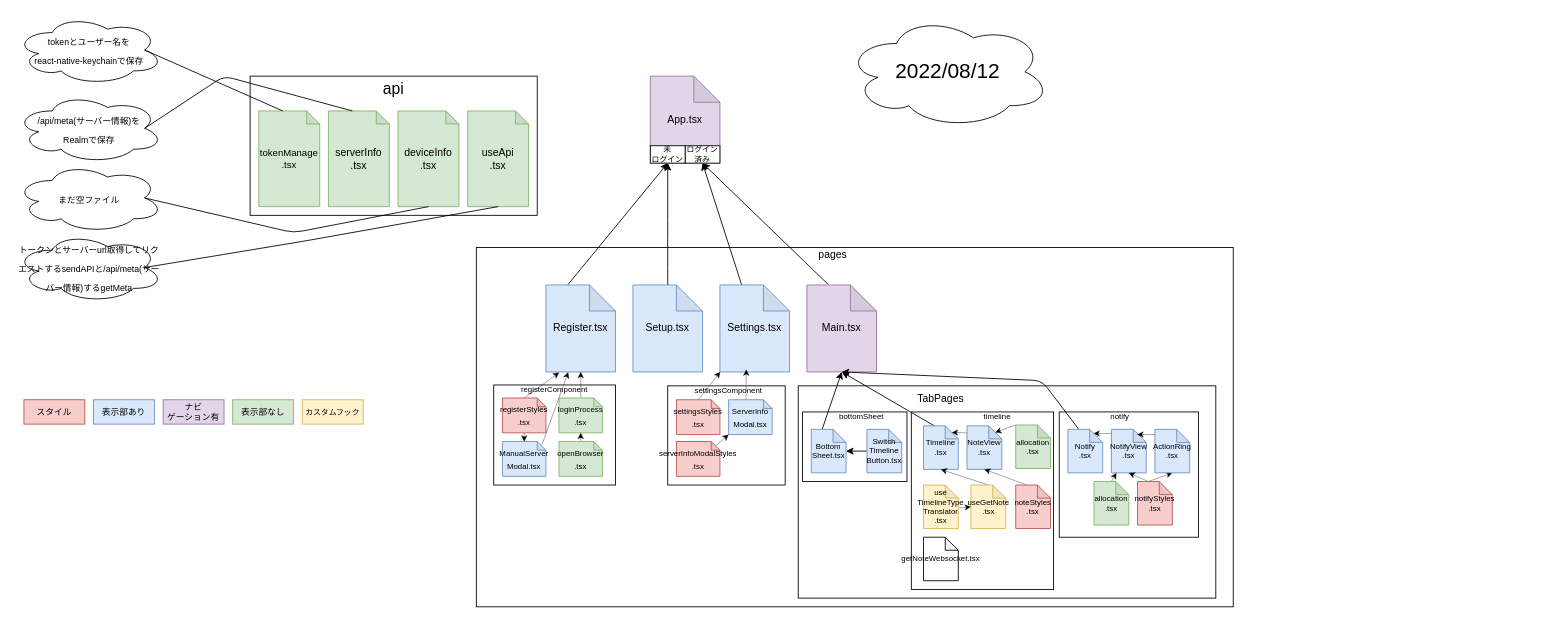
0-a-e/Pingheng keeps this draw.io diagram as structure.drawio. Above is the earlier version. Source tidied: cells renumbered, new cells numbered last; positions are measured from the earlier drawing's top-left corner, leaving out a move shared by most shapes. Both pictures are drawn from the tidied source at 87%, with x=0, y=0 at pixel (15, 15).
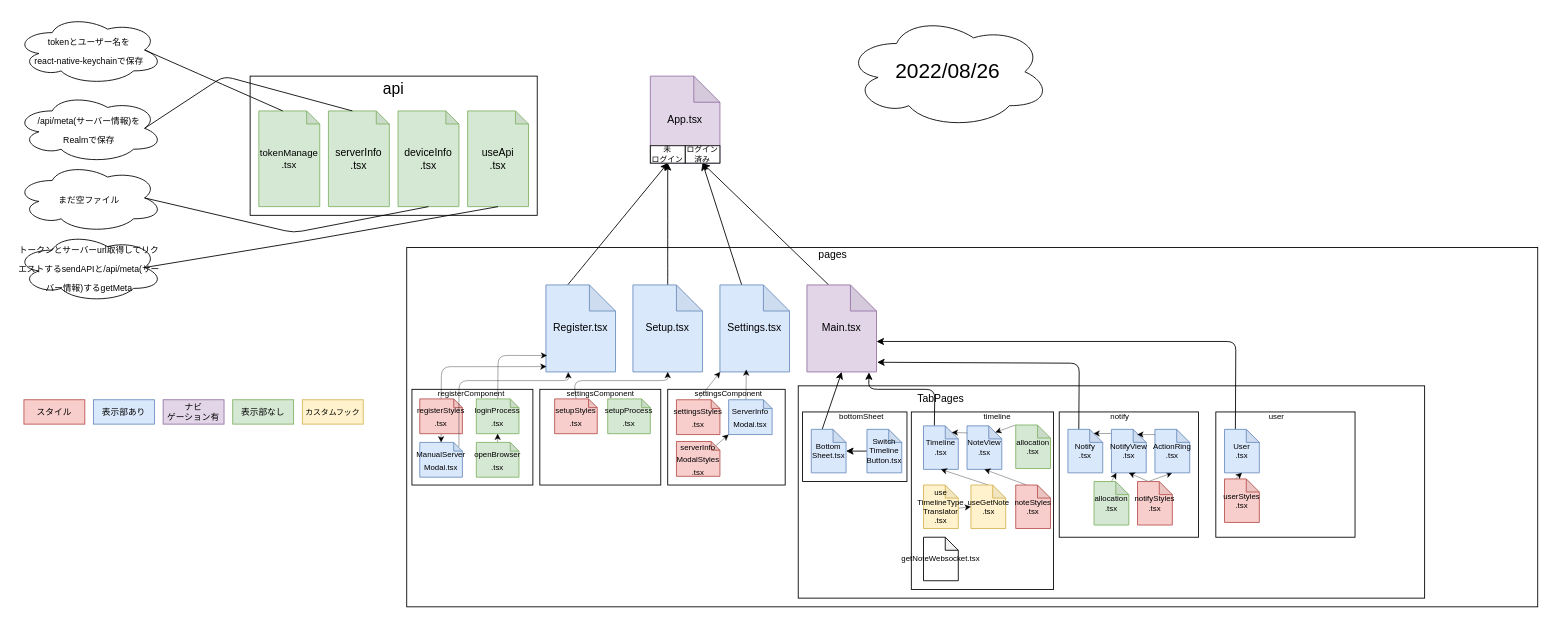
After the change.

Unchanged cells that the change refers to:
```xml
<mxCell id="14" value="&lt;font style=&quot;font-size: 12px&quot;&gt;Main.tsx&lt;/font&gt;" style="shape=note;whiteSpace=wrap;html=1;backgroundOutline=1;darkOpacity=0.05;fontSize=9;fillColor=#e1d5e7;strokeColor=#9673a6;" parent="1" vertex="1">
  <mxGeometry x="910" y="310" width="80" height="100" as="geometry" />
</mxCell>
<mxCell id="18" value="Bottom&lt;br&gt;Sheet.tsx" style="shape=note;whiteSpace=wrap;html=1;backgroundOutline=1;darkOpacity=0.05;fontSize=9;size=15;fillColor=#dae8fc;strokeColor=#6c8ebf;" parent="1" vertex="1">
  <mxGeometry x="915" y="476" width="40" height="50" as="geometry" />
</mxCell>
<mxCell id="23" value="Timeline&lt;br&gt;.tsx" style="shape=note;whiteSpace=wrap;html=1;backgroundOutline=1;darkOpacity=0.05;fontSize=9;size=15;fillColor=#dae8fc;strokeColor=#6c8ebf;" parent="1" vertex="1">
  <mxGeometry x="1044" y="472" width="40" height="50" as="geometry" />
</mxCell>
<mxCell id="33" value="Notify&lt;br&gt;.tsx" style="shape=note;whiteSpace=wrap;html=1;backgroundOutline=1;darkOpacity=0.05;fontSize=9;size=15;fillColor=#dae8fc;strokeColor=#6c8ebf;" parent="1" vertex="1">
  <mxGeometry x="1210" y="476" width="40" height="50" as="geometry" />
</mxCell>
<mxCell id="46" value="Register.tsx" style="shape=note;whiteSpace=wrap;html=1;backgroundOutline=1;darkOpacity=0.05;fillColor=#dae8fc;strokeColor=#6c8ebf;" parent="1" vertex="1">
  <mxGeometry x="610" y="310" width="80" height="100" as="geometry" />
</mxCell>
<mxCell id="48" value="Setup.tsx" style="shape=note;whiteSpace=wrap;html=1;backgroundOutline=1;darkOpacity=0.05;fillColor=#dae8fc;strokeColor=#6c8ebf;" parent="1" vertex="1">
  <mxGeometry x="710" y="310" width="80" height="100" as="geometry" />
</mxCell>
```

What changed in the source:
```diff
@@
     <mxCell id="2" style="rounded=0;whiteSpace=wrap;html=1;" parent="1" vertex="1">
-      <mxGeometry x="530" y="267" width="870" height="413" as="geometry" />
+      <mxGeometry x="450" y="267" width="1300" height="413" as="geometry" />
     </mxCell>
@@
     <mxCell id="4" style="rounded=0;whiteSpace=wrap;html=1;" parent="1" vertex="1">
-      <mxGeometry x="900" y="426" width="480" height="244" as="geometry" />
+      <mxGeometry x="900" y="426" width="720" height="244" as="geometry" />
     </mxCell>
@@
     <mxCell id="9" style="rounded=0;whiteSpace=wrap;html=1;" parent="1" vertex="1">
-      <mxGeometry x="750" y="426" width="135" height="114" as="geometry" />
+      <mxGeometry x="750" y="430" width="135" height="110" as="geometry" />
     </mxCell>
@@
     <mxCell id="12" value="&lt;font style=&quot;font-size: 9px&quot;&gt;settingsComponent&lt;/font&gt;" style="text;html=1;strokeColor=none;fillColor=none;align=center;verticalAlign=middle;whiteSpace=wrap;rounded=0;" parent="1" vertex="1">
-      <mxGeometry x="790" y="415" width="60" height="32" as="geometry" />
+      <mxGeometry x="790" y="418" width="60" height="32" as="geometry" />
     </mxCell>
@@
-    <mxCell id="17" style="edgeStyle=none;html=1;exitX=0;exitY=0;exitDx=12.5;exitDy=0;exitPerimeter=0;entryX=0.5;entryY=1;entryDx=0;entryDy=0;entryPerimeter=0;fontSize=9;" parent="1" edge="1" source="18" target="14">
+    <mxCell id="17" style="edgeStyle=none;html=1;exitX=0;exitY=0;exitDx=12.5;exitDy=0;exitPerimeter=0;entryX=0.5;entryY=1;entryDx=0;entryDy=0;entryPerimeter=0;strokeWidth=1;" parent="1" edge="1" source="18" target="14">
       <mxGeometry relative="1" as="geometry" />
     </mxCell>
@@
-    <mxCell id="22" style="edgeStyle=none;html=1;exitX=0;exitY=0;exitDx=12.5;exitDy=0;exitPerimeter=0;entryX=0.5;entryY=1;entryDx=0;entryDy=0;entryPerimeter=0;fontSize=9;" parent="1" edge="1" source="23" target="14">
-      <mxGeometry relative="1" as="geometry" />
+    <mxCell id="22" style="edgeStyle=none;html=1;exitX=0;exitY=0;exitDx=12.5;exitDy=0;exitPerimeter=0;entryX=0.892;entryY=1.005;entryDx=0;entryDy=0;entryPerimeter=0;fontSize=9;" parent="1" edge="1" source="23" target="14">
+      <mxGeometry relative="1" as="geometry">
+        <Array as="points">
+          <mxPoint x="1057" y="430" />
+          <mxPoint x="981" y="430" />
+        </Array>
+      </mxGeometry>
     </mxCell>
@@
-    <mxCell id="32" style="edgeStyle=none;html=1;exitX=0;exitY=0;exitDx=12.5;exitDy=0;exitPerimeter=0;entryX=0.5;entryY=1;entryDx=0;entryDy=0;entryPerimeter=0;fontSize=9;" parent="1" edge="1" source="33" target="14">
+    <mxCell id="32" style="edgeStyle=none;html=1;exitX=0;exitY=0;exitDx=12.5;exitDy=0;exitPerimeter=0;entryX=1.009;entryY=0.889;entryDx=0;entryDy=0;entryPerimeter=0;fontSize=9;" parent="1" edge="1" source="33" target="14">
       <mxGeometry relative="1" as="geometry">
         <Array as="points">
-          <mxPoint x="1180" y="420" />
+          <mxPoint x="1223" y="400" />
         </Array>
       </mxGeometry>
     </mxCell>
@@
-    <mxCell id="37" value="&lt;span style=&quot;font-size: 24px&quot;&gt;2022/08/12&lt;br&gt;&lt;/span&gt;" style="ellipse;shape=cloud;whiteSpace=wrap;html=1;fontSize=9;" parent="1" vertex="1">
+    <mxCell id="37" value="&lt;span style=&quot;font-size: 24px&quot;&gt;2022/08/26&lt;br&gt;&lt;/span&gt;" style="ellipse;shape=cloud;whiteSpace=wrap;html=1;fontSize=9;" parent="1" vertex="1">
       <mxGeometry x="954" width="236" height="130" as="geometry" />
     </mxCell>
@@
     <mxCell id="65" style="rounded=0;whiteSpace=wrap;html=1;" parent="1" vertex="1">
-      <mxGeometry x="550" y="425" width="140" height="115" as="geometry" />
+      <mxGeometry x="456" y="430" width="139" height="110" as="geometry" />
     </mxCell>
-    <mxCell id="66" style="edgeStyle=none;html=1;exitX=0.5;exitY=0.5;exitDx=0;exitDy=0;exitPerimeter=0;entryX=0.5;entryY=1;entryDx=0;entryDy=0;entryPerimeter=0;strokeWidth=0.4;" parent="1" edge="1" source="67" target="46">
-      <mxGeometry relative="1" as="geometry" />
+    <mxCell id="66" style="edgeStyle=none;html=1;exitX=0.5;exitY=0.5;exitDx=0;exitDy=0;exitPerimeter=0;strokeWidth=0.4;entryX=0.017;entryY=0.811;entryDx=0;entryDy=0;entryPerimeter=0;" parent="1" edge="1" source="67" target="46">
+      <mxGeometry relative="1" as="geometry">
+        <Array as="points">
+          <mxPoint x="555" y="391" />
+        </Array>
+      </mxGeometry>
     </mxCell>
     <mxCell id="67" value="&lt;font style=&quot;font-size: 9px&quot;&gt;loginProcess&lt;br&gt;.tsx&lt;/font&gt;" style="shape=note;whiteSpace=wrap;html=1;backgroundOutline=1;darkOpacity=0.05;size=10;fillColor=#d5e8d4;strokeColor=#82b366;" parent="1" vertex="1">
-      <mxGeometry x="625" y="440" width="50" height="40" as="geometry" />
+      <mxGeometry x="530" y="441" width="49" height="40" as="geometry" />
     </mxCell>
     <mxCell id="68" value="&lt;font style=&quot;font-size: 9px&quot;&gt;registerComponent&lt;/font&gt;" style="text;html=1;strokeColor=none;fillColor=none;align=center;verticalAlign=middle;whiteSpace=wrap;rounded=0;" parent="1" vertex="1">
-      <mxGeometry x="590" y="414" width="60" height="32" as="geometry" />
+      <mxGeometry x="495" y="418" width="59" height="32" as="geometry" />
     </mxCell>
@@
     <mxCell id="70" value="&lt;font style=&quot;font-size: 9px&quot;&gt;openBrowser&lt;br&gt;.tsx&lt;/font&gt;" style="shape=note;whiteSpace=wrap;html=1;backgroundOutline=1;darkOpacity=0.05;size=10;fillColor=#d5e8d4;strokeColor=#82b366;" parent="1" vertex="1">
-      <mxGeometry x="625" y="490" width="50" height="40" as="geometry" />
+      <mxGeometry x="530" y="491" width="49" height="40" as="geometry" />
     </mxCell>
-    <mxCell id="71" style="edgeStyle=none;html=1;exitX=0.5;exitY=0;exitDx=0;exitDy=0;exitPerimeter=0;entryX=0.19;entryY=1.008;entryDx=0;entryDy=0;entryPerimeter=0;strokeWidth=0.4;" parent="1" edge="1" source="73" target="46">
-      <mxGeometry relative="1" as="geometry" />
+    <mxCell id="71" style="edgeStyle=none;html=1;exitX=0.5;exitY=0;exitDx=0;exitDy=0;exitPerimeter=0;entryX=0.008;entryY=0.939;entryDx=0;entryDy=0;entryPerimeter=0;strokeWidth=0.4;" parent="1" edge="1" source="73" target="46">
+      <mxGeometry relative="1" as="geometry">
+        <Array as="points">
+          <mxPoint x="490" y="404" />
+        </Array>
+      </mxGeometry>
     </mxCell>
@@
     <mxCell id="73" value="&lt;font style=&quot;font-size: 9px&quot;&gt;registerStyles&lt;br&gt;.tsx&lt;/font&gt;" style="shape=note;whiteSpace=wrap;html=1;backgroundOutline=1;darkOpacity=0.05;size=10;fillColor=#f8cecc;strokeColor=#b85450;" parent="1" vertex="1">
-      <mxGeometry x="560" y="440" width="50" height="40" as="geometry" />
+      <mxGeometry x="465" y="441" width="49" height="40" as="geometry" />
     </mxCell>
     <mxCell id="74" style="edgeStyle=none;html=1;exitX=0;exitY=0;exitDx=45;exitDy=5;exitPerimeter=0;entryX=0.32;entryY=1.003;entryDx=0;entryDy=0;entryPerimeter=0;strokeWidth=0.4;" parent="1" edge="1" source="75" target="46">
-      <mxGeometry relative="1" as="geometry" />
+      <mxGeometry relative="1" as="geometry">
+        <Array as="points">
+          <mxPoint x="510" y="420" />
+          <mxPoint x="636" y="420" />
+        </Array>
+      </mxGeometry>
     </mxCell>
     <mxCell id="75" value="&lt;font style=&quot;font-size: 9px&quot;&gt;ManualServer&lt;br&gt;Modal.tsx&lt;br&gt;&lt;/font&gt;" style="shape=note;whiteSpace=wrap;html=1;backgroundOutline=1;darkOpacity=0.05;size=10;fillColor=#dae8fc;strokeColor=#6c8ebf;" parent="1" vertex="1">
-      <mxGeometry x="560" y="490" width="50" height="40" as="geometry" />
+      <mxGeometry x="465" y="491" width="49" height="40" as="geometry" />
     </mxCell>
@@
-    <mxCell id="79" value="&lt;font style=&quot;font-size: 9px&quot;&gt;serverInfoModalStyles&lt;br&gt;.tsx&lt;/font&gt;" style="shape=note;whiteSpace=wrap;html=1;backgroundOutline=1;darkOpacity=0.05;size=10;fillColor=#f8cecc;strokeColor=#b85450;" parent="1" vertex="1">
+    <mxCell id="79" value="&lt;font style=&quot;font-size: 9px&quot;&gt;serverInfo&lt;br&gt;ModalStyles&lt;br&gt;.tsx&lt;/font&gt;" style="shape=note;whiteSpace=wrap;html=1;backgroundOutline=1;darkOpacity=0.05;size=10;fillColor=#f8cecc;strokeColor=#b85450;" parent="1" vertex="1">
       <mxGeometry x="760" y="490" width="50" height="40" as="geometry" />
     </mxCell>
@@
+    <mxCell id="90" style="rounded=0;whiteSpace=wrap;html=1;fontSize=9;" parent="1" vertex="1">
+      <mxGeometry x="1380" y="456" width="160" height="144" as="geometry" />
+    </mxCell>
+    <mxCell id="91" value="user" style="text;html=1;strokeColor=none;fillColor=none;align=center;verticalAlign=middle;whiteSpace=wrap;rounded=0;fontSize=9;" parent="1" vertex="1">
+      <mxGeometry x="1420" y="452" width="60" height="20" as="geometry" />
+    </mxCell>
+    <mxCell id="92" style="edgeStyle=none;html=1;exitX=0;exitY=0;exitDx=12.5;exitDy=0;exitPerimeter=0;entryX=0;entryY=0;entryDx=80;entryDy=65;entryPerimeter=0;" parent="1" edge="1" source="93" target="14">
+      <mxGeometry relative="1" as="geometry">
+        <Array as="points">
+          <mxPoint x="1403" y="375" />
+        </Array>
+      </mxGeometry>
+    </mxCell>
+    <mxCell id="93" value="User&lt;br&gt;.tsx" style="shape=note;whiteSpace=wrap;html=1;backgroundOutline=1;darkOpacity=0.05;fontSize=9;size=15;fillColor=#dae8fc;strokeColor=#6c8ebf;" parent="1" vertex="1">
+      <mxGeometry x="1390" y="476" width="40" height="50" as="geometry" />
+    </mxCell>
+    <mxCell id="94" style="edgeStyle=none;html=1;exitX=0;exitY=0;exitDx=12.5;exitDy=0;exitPerimeter=0;entryX=0.5;entryY=1;entryDx=0;entryDy=0;entryPerimeter=0;strokeWidth=0.4;" parent="1" edge="1" source="95" target="93">
+      <mxGeometry relative="1" as="geometry" />
+    </mxCell>
+    <mxCell id="95" value="userStyles&lt;br&gt;.tsx" style="shape=note;whiteSpace=wrap;html=1;backgroundOutline=1;darkOpacity=0.05;fontSize=9;size=15;fillColor=#f8cecc;strokeColor=#b85450;" parent="1" vertex="1">
+      <mxGeometry x="1390" y="533" width="40" height="50" as="geometry" />
+    </mxCell>
+    <mxCell id="96" style="rounded=0;whiteSpace=wrap;html=1;" parent="1" vertex="1">
+      <mxGeometry x="603" y="430" width="139" height="110" as="geometry" />
+    </mxCell>
+    <mxCell id="97" value="&lt;font style=&quot;font-size: 9px&quot;&gt;settingsComponent&lt;/font&gt;" style="text;html=1;strokeColor=none;fillColor=none;align=center;verticalAlign=middle;whiteSpace=wrap;rounded=0;" parent="1" vertex="1">
+      <mxGeometry x="642.5" y="418" width="60" height="32" as="geometry" />
+    </mxCell>
+    <mxCell id="98" style="edgeStyle=none;html=1;exitX=0.5;exitY=0;exitDx=0;exitDy=0;exitPerimeter=0;entryX=0.5;entryY=1;entryDx=0;entryDy=0;entryPerimeter=0;strokeWidth=0.4;" parent="1" edge="1" source="99" target="48">
+      <mxGeometry relative="1" as="geometry">
+        <Array as="points">
+          <mxPoint x="642" y="420" />
+          <mxPoint x="750" y="420" />
+        </Array>
+      </mxGeometry>
+    </mxCell>
+    <mxCell id="99" value="&lt;font style=&quot;font-size: 9px&quot;&gt;setupStyles&lt;br&gt;.tsx&lt;/font&gt;" style="shape=note;whiteSpace=wrap;html=1;backgroundOutline=1;darkOpacity=0.05;size=10;fillColor=#f8cecc;strokeColor=#b85450;" parent="1" vertex="1">
+      <mxGeometry x="620" y="441" width="49" height="40" as="geometry" />
+    </mxCell>
+    <mxCell id="100" value="&lt;font style=&quot;font-size: 9px&quot;&gt;setupProcess&lt;br&gt;.tsx&lt;/font&gt;" style="shape=note;whiteSpace=wrap;html=1;backgroundOutline=1;darkOpacity=0.05;size=10;fillColor=#d5e8d4;strokeColor=#82b366;" parent="1" vertex="1">
+      <mxGeometry x="681" y="441" width="49" height="40" as="geometry" />
+    </mxCell>
```
